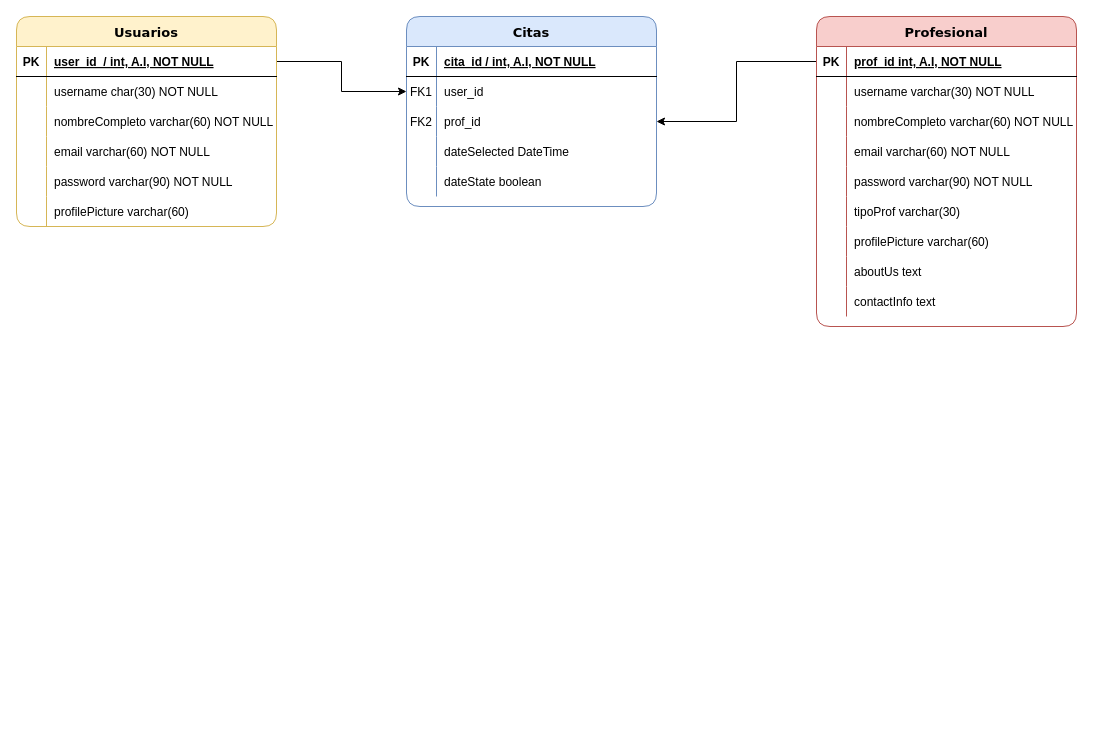
Eat-Fit/ERM-DB keeps this draw.io diagram as Untitled Diagram.drawio. Above is the earlier version. Source tidied: cells renumbered, new cells numbered last; positions are measured from the earlier drawing's top-left corner, leaving out a move shared by most shapes. Both pictures are drawn from the tidied source at 100%, with x=0, y=0 at pixel (16, 16).
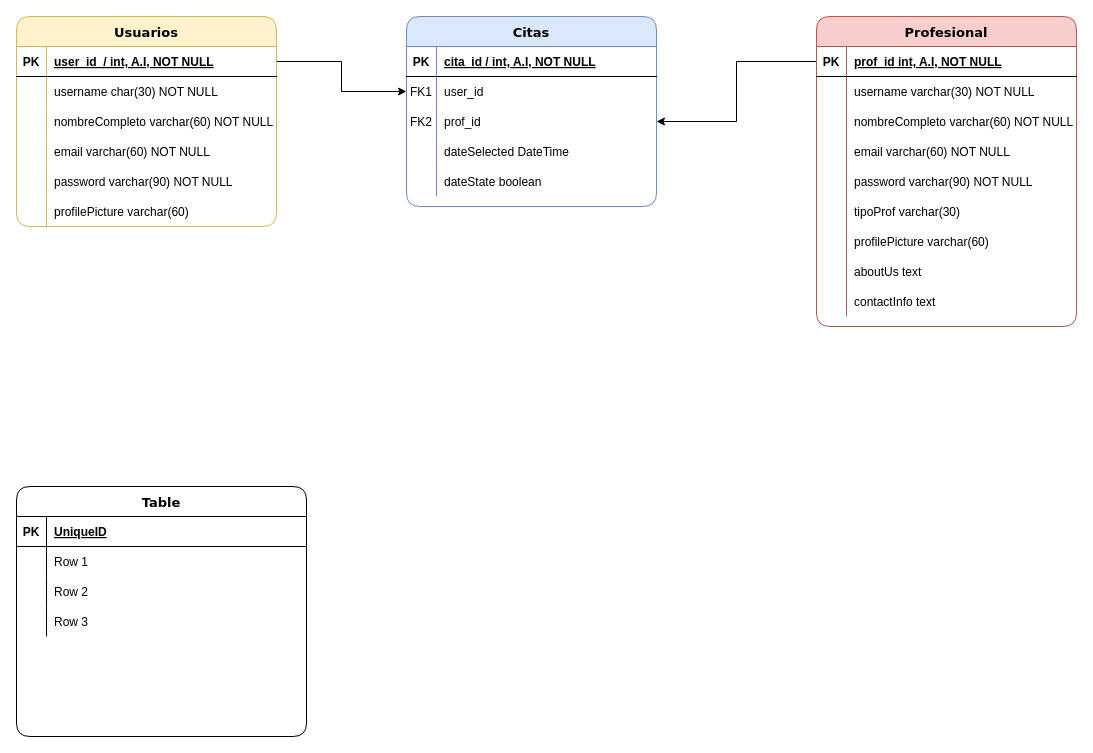
After the change.

Commit message:
Tabla asignacion

The edit, as a diff of the source:
```diff
@@
+    <mxCell id="67" value="Table" style="shape=table;startSize=30;childLayout=tableLayout;rowLines=0;fontStyle=1;align=center;rounded=1;shadow=0;labelBackgroundColor=none;sketch=0;gradientColor=none;fontFamily=Verdana;fontSize=13;html=0;" parent="1" vertex="1">
+      <mxGeometry y="470" width="290" height="250" as="geometry" />
+    </mxCell>
+    <mxCell id="68" style="shape=partialRectangle;fillColor=none;top=0;left=0;bottom=1;right=0;" parent="67" vertex="1">
+      <mxGeometry y="30" width="290" height="30" as="geometry" />
+    </mxCell>
+    <mxCell id="69" value="PK" style="shape=partialRectangle;fillColor=none;top=0;left=0;bottom=0;right=0;fontStyle=1;overflow=hidden;" parent="68" vertex="1">
+      <mxGeometry width="30" height="30" as="geometry" />
+    </mxCell>
+    <mxCell id="70" value="UniqueID" style="shape=partialRectangle;fillColor=none;top=0;left=0;bottom=0;right=0;align=left;spacingLeft=6;fontStyle=5;overflow=hidden;" parent="68" vertex="1">
+      <mxGeometry x="30" width="260" height="30" as="geometry" />
+    </mxCell>
+    <mxCell id="71" style="shape=partialRectangle;fillColor=none;top=0;left=0;bottom=0;right=0;" parent="67" vertex="1">
+      <mxGeometry y="60" width="290" height="30" as="geometry" />
+    </mxCell>
+    <mxCell id="72" style="shape=partialRectangle;fillColor=none;top=0;left=0;bottom=0;right=0;overflow=hidden;" parent="71" vertex="1">
+      <mxGeometry width="30" height="30" as="geometry" />
+    </mxCell>
+    <mxCell id="73" value="Row 1" style="shape=partialRectangle;fillColor=none;top=0;left=0;bottom=0;right=0;align=left;spacingLeft=6;overflow=hidden;" parent="71" vertex="1">
+      <mxGeometry x="30" width="260" height="30" as="geometry" />
+    </mxCell>
+    <mxCell id="74" style="shape=partialRectangle;fillColor=none;top=0;left=0;bottom=0;right=0;" parent="67" vertex="1">
+      <mxGeometry y="90" width="290" height="30" as="geometry" />
+    </mxCell>
+    <mxCell id="75" style="shape=partialRectangle;fillColor=none;top=0;left=0;bottom=0;right=0;overflow=hidden;" parent="74" vertex="1">
+      <mxGeometry width="30" height="30" as="geometry" />
+    </mxCell>
+    <mxCell id="76" value="Row 2" style="shape=partialRectangle;fillColor=none;top=0;left=0;bottom=0;right=0;align=left;spacingLeft=6;overflow=hidden;" parent="74" vertex="1">
+      <mxGeometry x="30" width="260" height="30" as="geometry" />
+    </mxCell>
+    <mxCell id="77" style="shape=partialRectangle;fillColor=none;top=0;left=0;bottom=0;right=0;" parent="67" vertex="1">
+      <mxGeometry y="120" width="290" height="30" as="geometry" />
+    </mxCell>
+    <mxCell id="78" style="shape=partialRectangle;fillColor=none;top=0;left=0;bottom=0;right=0;overflow=hidden;" parent="77" vertex="1">
+      <mxGeometry width="30" height="30" as="geometry" />
+    </mxCell>
+    <mxCell id="79" value="Row 3" style="shape=partialRectangle;fillColor=none;top=0;left=0;bottom=0;right=0;align=left;spacingLeft=6;overflow=hidden;" parent="77" vertex="1">
+      <mxGeometry x="30" width="260" height="30" as="geometry" />
+    </mxCell>
```
